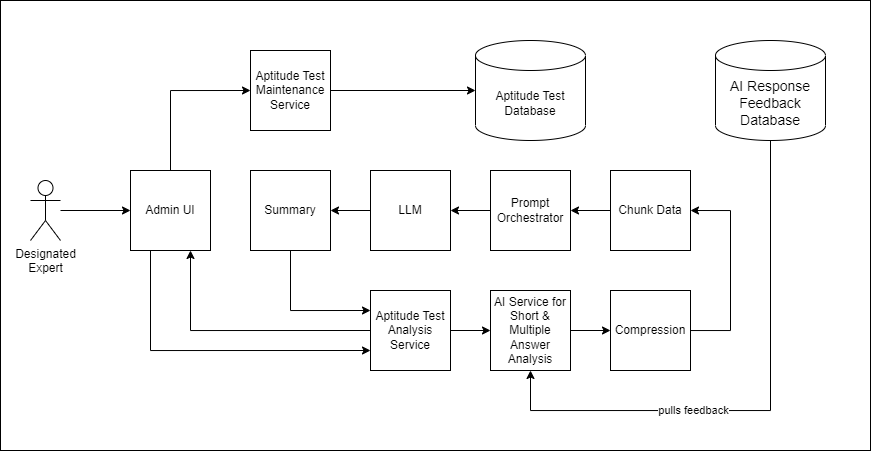
Earlier version of the draw.io export diagrams/admin-expert-ai-refinement.drawio.png (mmat1/skynet-ai-2025). Source tidied: cells renumbered, new cells last; positions are measured from the earlier drawing's top-left corner, leaving out a move shared by most shapes.
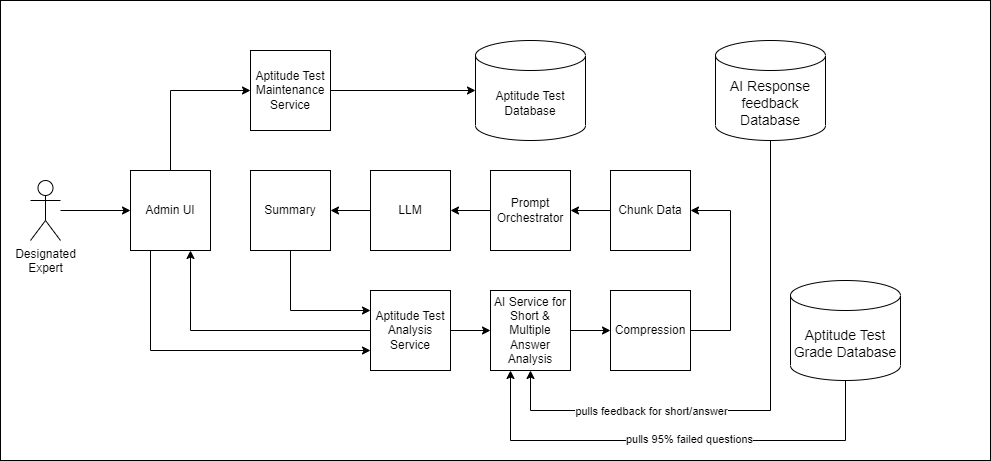
The same diagram one commit later.

What changed in the source:
```diff
@@ -3,9 +3,9 @@
     <mxCell id="0" />
     <mxCell id="1" parent="0" />
     <mxCell id="2" style="rounded=0;whiteSpace=wrap;html=1;" parent="1" vertex="1">
-      <mxGeometry width="870" height="450" as="geometry" />
+      <mxGeometry width="990" height="460" as="geometry" />
     </mxCell>
-    <mxCell id="3" value="&lt;span style=&quot;font-size: 14px;&quot;&gt;AI Response Feedback Database&lt;br&gt;&lt;/span&gt;" style="shape=cylinder3;whiteSpace=wrap;html=1;boundedLbl=1;backgroundOutline=1;size=15;strokeColor=default;align=center;verticalAlign=middle;fontFamily=Helvetica;fontSize=12;fontColor=default;fillColor=default;" parent="1" vertex="1">
+    <mxCell id="3" value="&lt;span style=&quot;font-size: 14px;&quot;&gt;AI Response feedback Database&lt;br&gt;&lt;/span&gt;" style="shape=cylinder3;whiteSpace=wrap;html=1;boundedLbl=1;backgroundOutline=1;size=15;strokeColor=default;align=center;verticalAlign=middle;fontFamily=Helvetica;fontSize=12;fontColor=default;fillColor=default;" parent="1" vertex="1">
       <mxGeometry x="715" y="40" width="110" height="100" as="geometry" />
     </mxCell>
     <mxCell id="4" style="edgeStyle=orthogonalEdgeStyle;rounded=0;jettySize=auto;html=1;" parent="1" edge="1" source="5" target="6">
@@ -77,12 +77,25 @@
         </Array>
       </mxGeometry>
     </mxCell>
-    <mxCell id="21" value="pulls feedback" style="edgeLabel;html=1;align=center;verticalAlign=middle;" parent="20" vertex="1">
-      <mxGeometry x="-0.26" relative="1" as="geometry" />
+    <mxCell id="21" value="pulls feedback for short/answer" style="edgeLabel;html=1;align=center;verticalAlign=middle;" parent="20" vertex="1">
+      <mxGeometry x="-0.26" relative="1" as="geometry">
+        <mxPoint x="-43" as="offset" />
+      </mxGeometry>
     </mxCell>
     <mxCell id="22" style="edgeStyle=orthogonalEdgeStyle;rounded=0;jettySize=auto;html=1;entryX=0;entryY=0.5;entryDx=0;entryDy=0;" parent="1" edge="1" source="23" target="13">
       <mxGeometry relative="1" as="geometry" />
     </mxCell>
+    <mxCell id="29" style="edgeStyle=orthogonalEdgeStyle;rounded=0;jettySize=auto;html=1;exitX=0.25;exitY=1;exitDx=0;exitDy=0;entryX=0.5;entryY=1;entryDx=0;entryDy=0;entryPerimeter=0;endArrow=none;endFill=0;startArrow=classic;startFill=1;" parent="1" edge="1" source="23" target="31">
+      <mxGeometry relative="1" as="geometry">
+        <Array as="points">
+          <mxPoint x="510" y="440" />
+          <mxPoint x="845" y="440" />
+        </Array>
+      </mxGeometry>
+    </mxCell>
+    <mxCell id="30" value="pulls 95% failed questions" style="edgeLabel;html=1;align=center;verticalAlign=middle;" parent="29" vertex="1">
+      <mxGeometry x="0.07" y="2" relative="1" as="geometry" />
+    </mxCell>
     <mxCell id="23" value="AI Service for Short &amp;amp; Multiple Answer Analysis" style="whiteSpace=wrap;html=1;" parent="1" vertex="1">
       <mxGeometry x="490" y="290" width="80" height="80" as="geometry" />
     </mxCell>
@@ -101,5 +114,8 @@
     <mxCell id="28" value="Aptitude Test Analysis Service" style="whiteSpace=wrap;html=1;" parent="1" vertex="1">
       <mxGeometry x="370" y="290" width="80" height="80" as="geometry" />
     </mxCell>
+    <mxCell id="31" value="&lt;span style=&quot;font-size: 14px;&quot;&gt;Aptitude Test Grade Database&lt;br&gt;&lt;/span&gt;" style="shape=cylinder3;whiteSpace=wrap;html=1;boundedLbl=1;backgroundOutline=1;size=15;strokeColor=default;align=center;verticalAlign=middle;fontFamily=Helvetica;fontSize=12;fontColor=default;fillColor=default;" parent="1" vertex="1">
+      <mxGeometry x="790" y="280" width="110" height="100" as="geometry" />
+    </mxCell>
   </root>
 </mxGraphModel>
```
